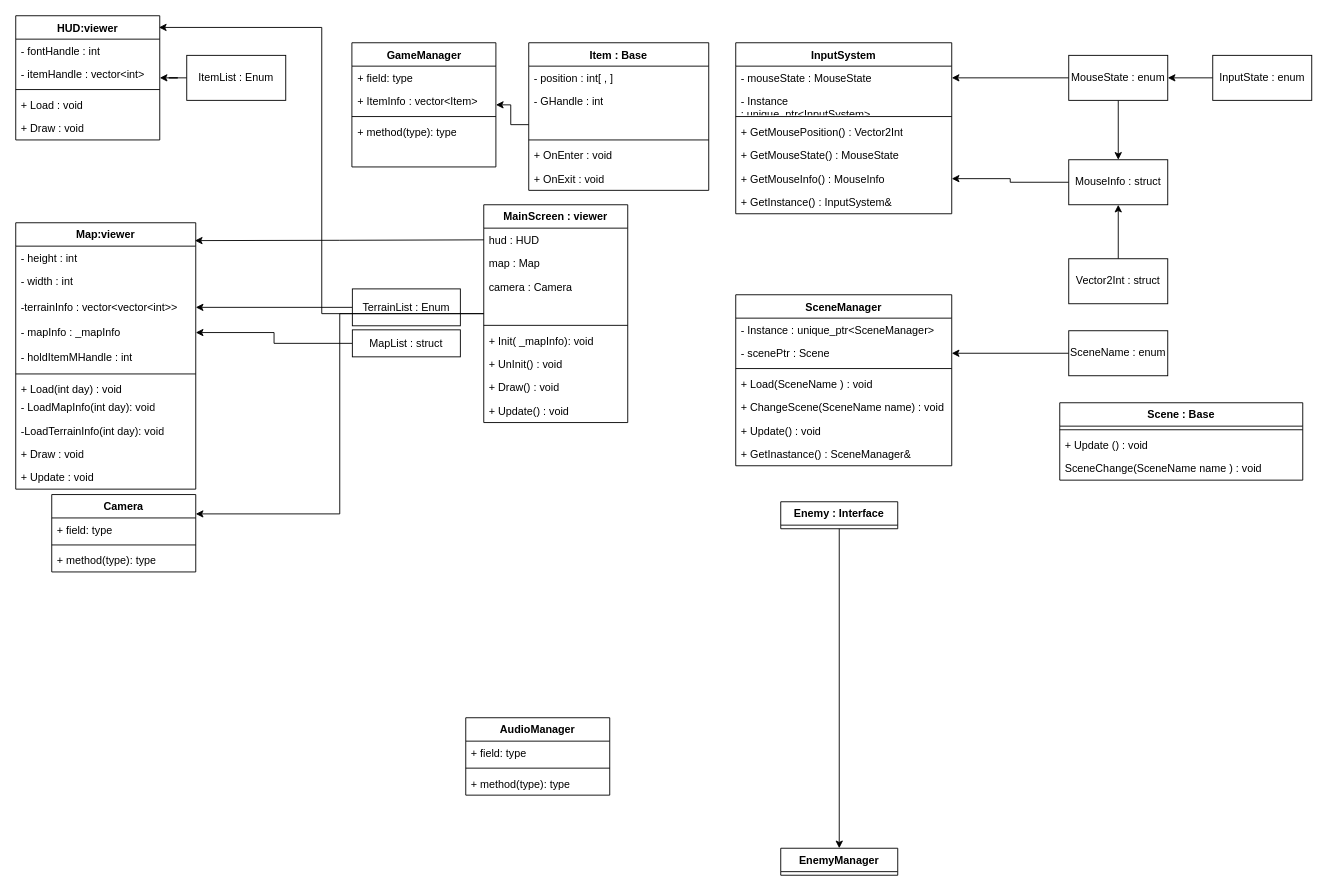
tky2302126/PP2nd keeps this draw.io diagram as PP2nd_ClassUML.drawio. Above is the earlier version. Source tidied: cells renumbered, new cells numbered last; positions are measured from the earlier drawing's top-left corner, leaving out a move shared by most shapes. Both pictures are drawn from the tidied source at 90%, with x=0, y=0 at pixel (15, 15).
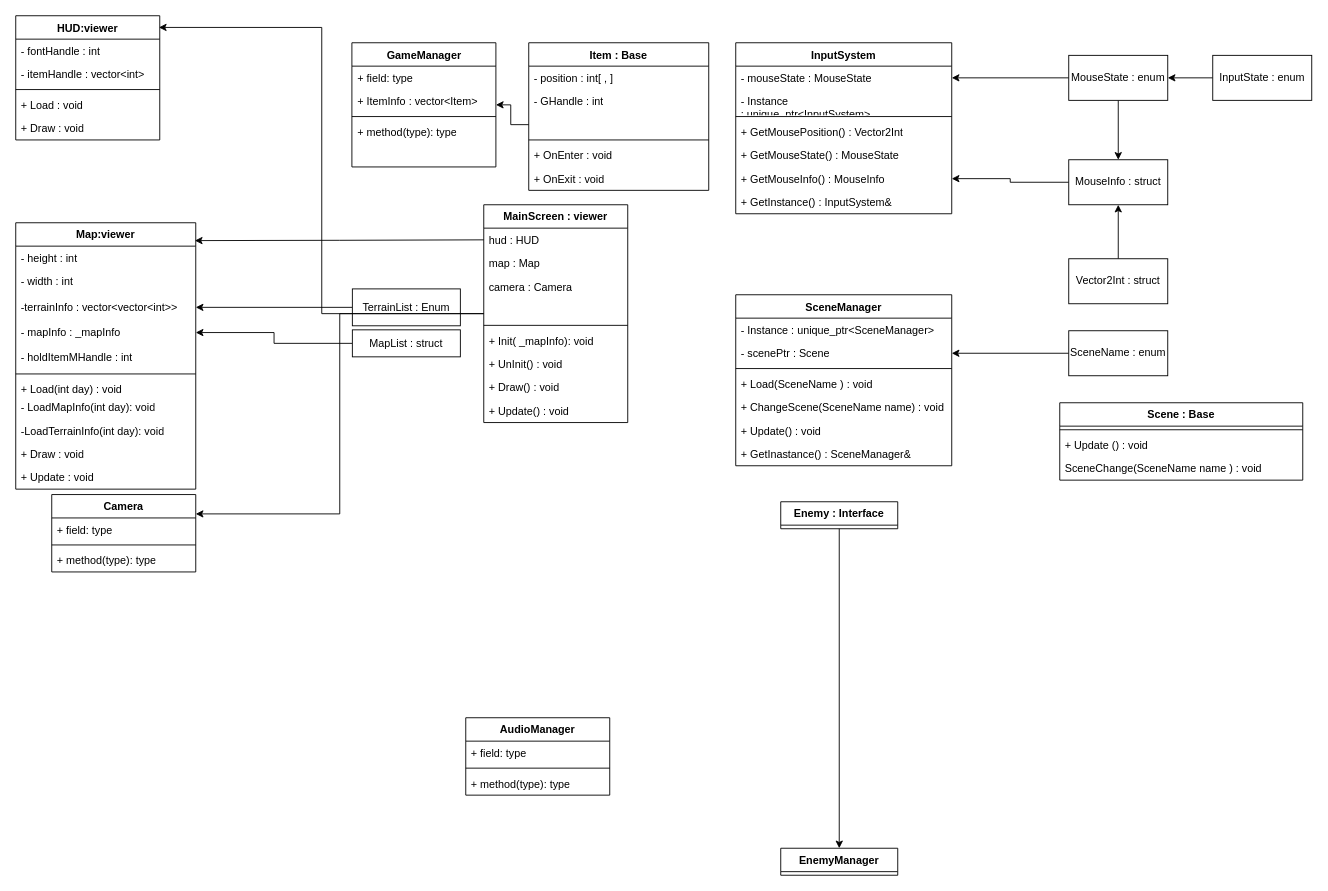
Above is the later version.

The change refers to these unchanged cells:
```xml
<mxCell id="2" value="HUD:viewer" style="swimlane;fontStyle=1;align=center;verticalAlign=top;horizontal=1;startSize=26;whiteSpace=wrap;html=1;" parent="1" vertex="1">
  <mxGeometry width="160" height="138" as="geometry" />
</mxCell>
```

Change to the diagram source:
```diff
@@
-    <mxCell id="8" style="edgeStyle=orthogonalEdgeStyle;rounded=0;jettySize=auto;html=1;" parent="1" edge="1" source="9" target="2">
-      <mxGeometry relative="1" as="geometry" />
-    </mxCell>
-    <mxCell id="9" value="ItemList : Enum" style="html=1;whiteSpace=wrap;" parent="1" vertex="1">
-      <mxGeometry x="190" y="44" width="110" height="50" as="geometry" />
-    </mxCell>
```
